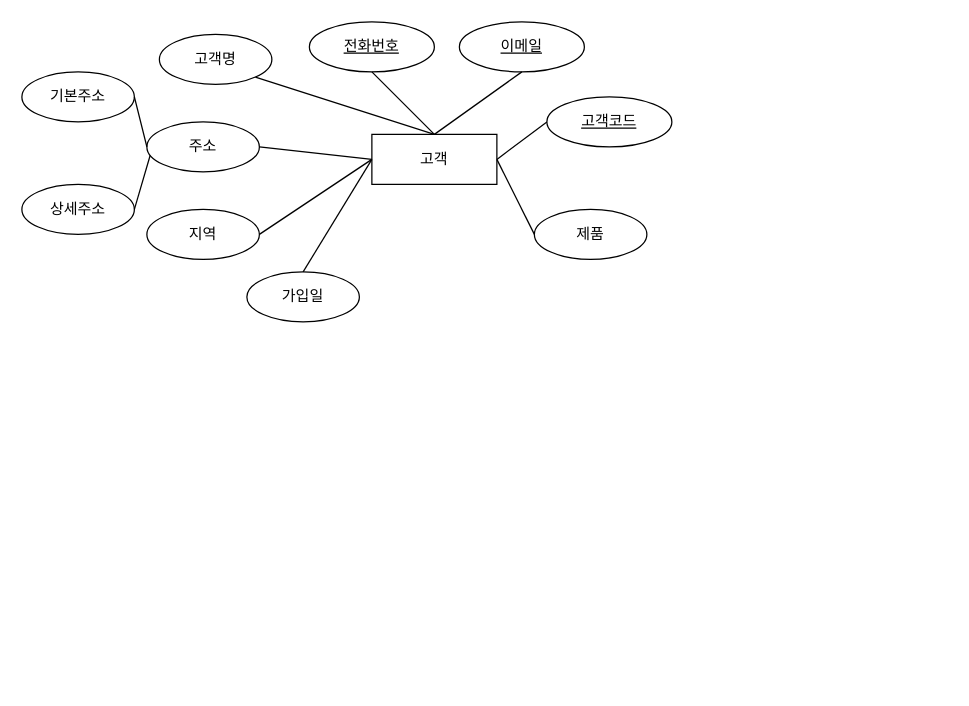
Before: 제목 없는 다이어그램.drawio in ek1249/erd, a draw.io diagram. Source tidied: cells renumbered, new cells numbered last; positions are measured from the earlier drawing's top-left corner, leaving out a move shared by most shapes. Both pictures are drawn from the tidied source at 125%, with x=0, y=0 at pixel (21, 21).
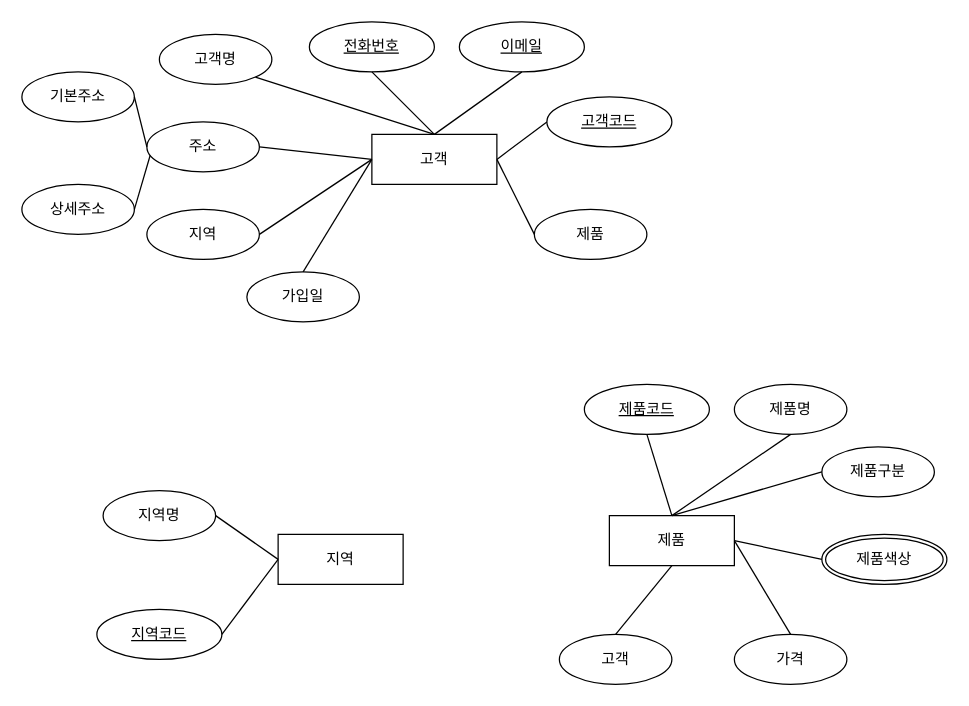
The same diagram, later.

Commit message (it also covers changes not shown here):
제목 없는 다이어그램.drawio 업데이트

Change to the diagram source:
```diff
@@
+    <mxCell id="23" value="지역" style="rounded=0;whiteSpace=wrap;html=1;" parent="1" vertex="1">
+      <mxGeometry x="205" y="410" width="100" height="40" as="geometry" />
+    </mxCell>
+    <mxCell id="24" value="지역명" style="ellipse;whiteSpace=wrap;html=1;" parent="1" vertex="1">
+      <mxGeometry x="65" y="375" width="90" height="40" as="geometry" />
+    </mxCell>
+    <mxCell id="25" value="지역코드" style="ellipse;whiteSpace=wrap;html=1;align=center;fontStyle=4;" parent="1" vertex="1">
+      <mxGeometry x="60" y="470" width="100" height="40" as="geometry" />
+    </mxCell>
+    <mxCell id="26" style="endArrow=none;html=1;rounded=0;exitX=1;exitY=0.5;exitDx=0;exitDy=0;entryX=0;entryY=0.5;entryDx=0;entryDy=0;" parent="1" edge="1" target="23">
+      <mxGeometry relative="1" as="geometry">
+        <mxPoint x="155" y="395" as="sourcePoint" />
+      </mxGeometry>
+    </mxCell>
+    <mxCell id="27" style="endArrow=none;html=1;rounded=0;exitX=1;exitY=0.5;exitDx=0;exitDy=0;entryX=0;entryY=0.5;entryDx=0;entryDy=0;" parent="1" edge="1" source="25" target="23">
+      <mxGeometry relative="1" as="geometry" />
+    </mxCell>
+    <mxCell id="28" value="제품" style="rounded=0;whiteSpace=wrap;html=1;" parent="1" vertex="1">
+      <mxGeometry x="470" y="395" width="100" height="40" as="geometry" />
+    </mxCell>
+    <mxCell id="29" value="제품코드" style="ellipse;whiteSpace=wrap;html=1;align=center;fontStyle=4;" parent="1" vertex="1">
+      <mxGeometry x="450" y="290" width="100" height="40" as="geometry" />
+    </mxCell>
+    <mxCell id="30" value="제품명" style="ellipse;whiteSpace=wrap;html=1;" parent="1" vertex="1">
+      <mxGeometry x="570" y="290" width="90" height="40" as="geometry" />
+    </mxCell>
+    <mxCell id="31" value="제품구분" style="ellipse;whiteSpace=wrap;html=1;" parent="1" vertex="1">
+      <mxGeometry x="640" y="340" width="90" height="40" as="geometry" />
+    </mxCell>
+    <mxCell id="32" value="제품색상" style="ellipse;shape=doubleEllipse;margin=3;whiteSpace=wrap;html=1;align=center;" parent="1" vertex="1">
+      <mxGeometry x="640" y="410" width="100" height="40" as="geometry" />
+    </mxCell>
+    <mxCell id="33" value="가격" style="ellipse;whiteSpace=wrap;html=1;" parent="1" vertex="1">
+      <mxGeometry x="570" y="490" width="90" height="40" as="geometry" />
+    </mxCell>
+    <mxCell id="34" style="endArrow=none;html=1;rounded=0;exitX=0.5;exitY=0;exitDx=0;exitDy=0;entryX=0.5;entryY=1;entryDx=0;entryDy=0;" parent="1" edge="1" source="28" target="29">
+      <mxGeometry relative="1" as="geometry" />
+    </mxCell>
+    <mxCell id="35" style="endArrow=none;html=1;rounded=0;exitX=0.5;exitY=0;exitDx=0;exitDy=0;entryX=0.5;entryY=1;entryDx=0;entryDy=0;" parent="1" edge="1" source="28" target="30">
+      <mxGeometry relative="1" as="geometry" />
+    </mxCell>
+    <mxCell id="36" style="endArrow=none;html=1;rounded=0;entryX=0;entryY=0.5;entryDx=0;entryDy=0;exitX=0.5;exitY=0;exitDx=0;exitDy=0;" parent="1" edge="1" source="28" target="31">
+      <mxGeometry relative="1" as="geometry" />
+    </mxCell>
+    <mxCell id="37" style="endArrow=none;html=1;rounded=0;entryX=0;entryY=0.5;entryDx=0;entryDy=0;exitX=1;exitY=0.5;exitDx=0;exitDy=0;" parent="1" edge="1" source="28" target="32">
+      <mxGeometry relative="1" as="geometry" />
+    </mxCell>
+    <mxCell id="38" style="endArrow=none;html=1;rounded=0;entryX=0.5;entryY=0;entryDx=0;entryDy=0;exitX=1;exitY=0.5;exitDx=0;exitDy=0;" parent="1" edge="1" source="28" target="33">
+      <mxGeometry relative="1" as="geometry" />
+    </mxCell>
+    <mxCell id="39" value="고객" style="ellipse;whiteSpace=wrap;html=1;" parent="1" vertex="1">
+      <mxGeometry x="430" y="490" width="90" height="40" as="geometry" />
+    </mxCell>
+    <mxCell id="40" style="endArrow=none;html=1;rounded=0;exitX=0.5;exitY=1;exitDx=0;exitDy=0;entryX=0.5;entryY=0;entryDx=0;entryDy=0;" parent="1" edge="1" source="28" target="39">
+      <mxGeometry relative="1" as="geometry" />
+    </mxCell>
```
